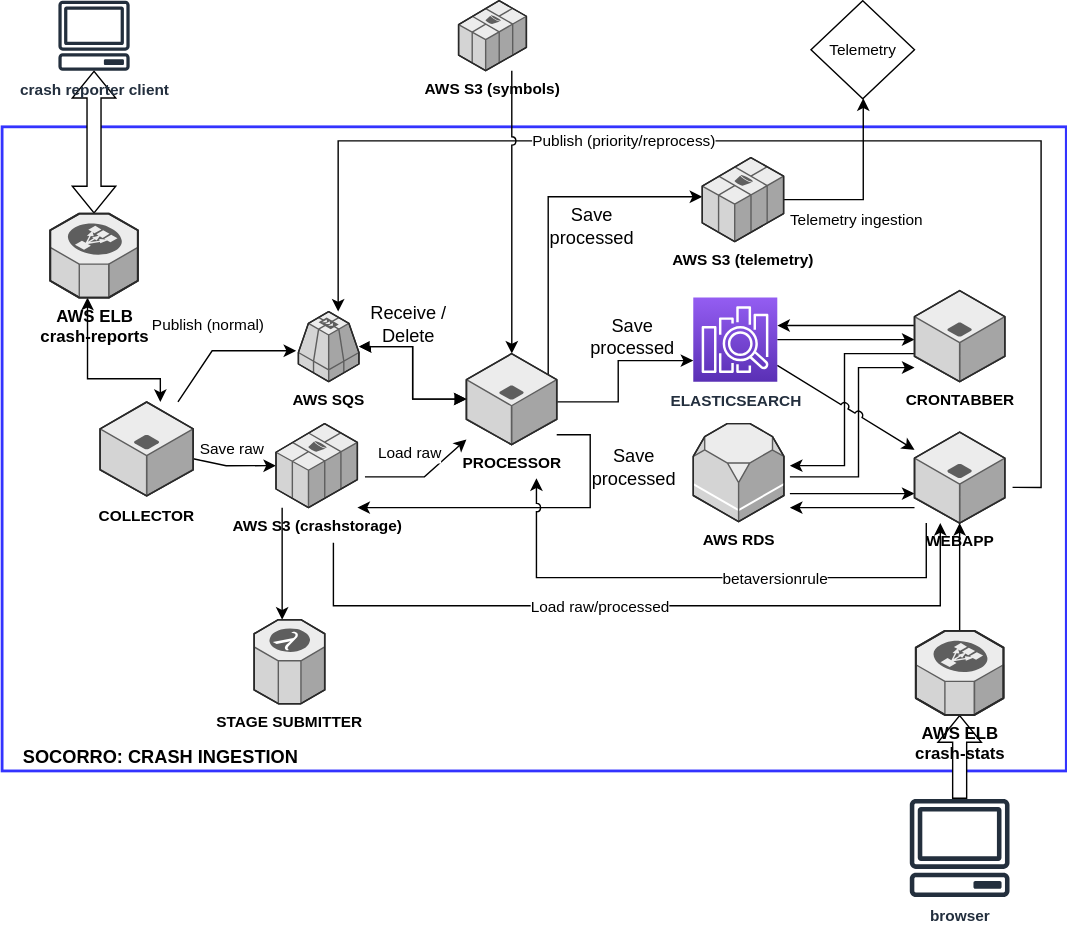
Before: docs/drawio/socorro_architecture.drawio.svg, a diagram exported from draw.io (mozilla-services/socorro). Source tidied: cells renumbered, new cells last; positions are measured from the earlier drawing's top-left corner, leaving out a move shared by most shapes.
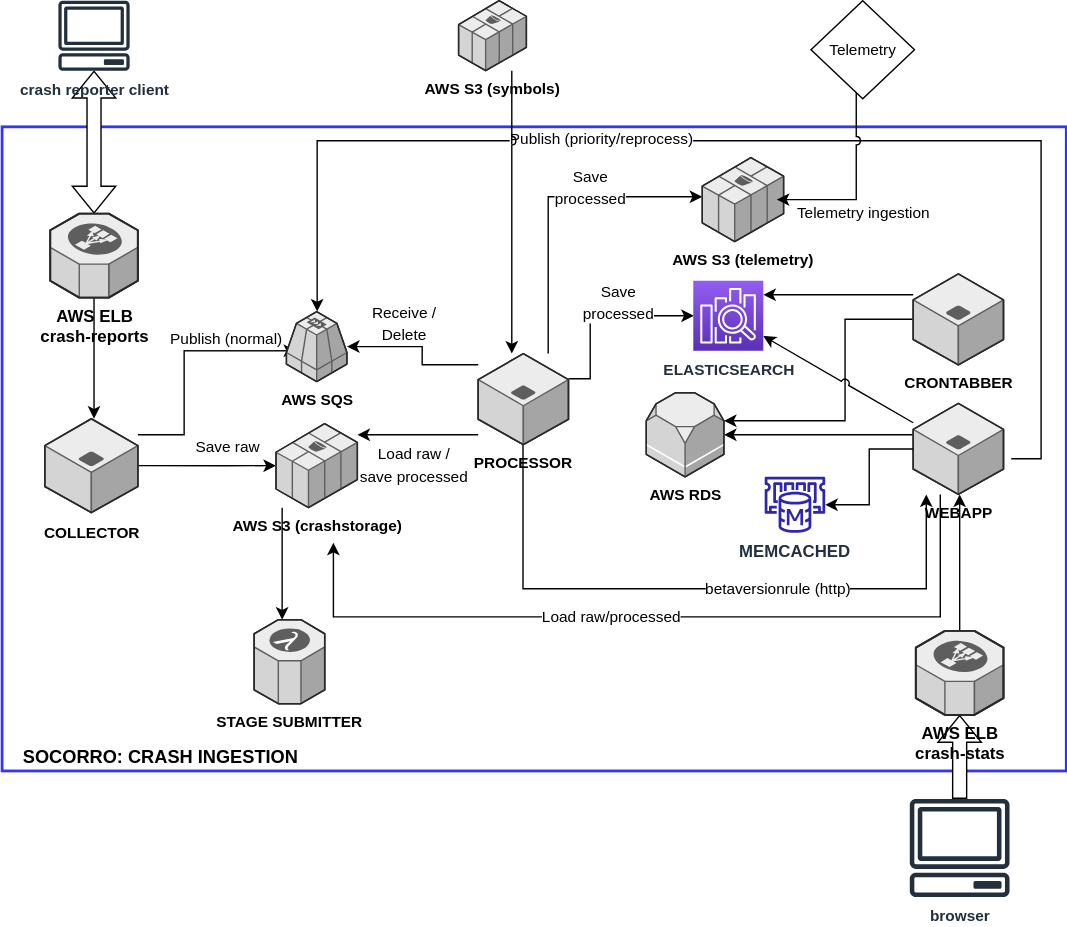
After the commit.

Commit message:
Update architecture diagram

The edit, as a diff of the source:
```diff
@@ -10,3 +10,3 @@
     </mxCell>
-    <mxCell id="4" style="endArrow=classic;html=1;rounded=0;fontSize=15;" parent="1" edge="1" source="36">
+    <mxCell id="4" style="endArrow=classic;html=1;rounded=0;fontSize=15;jumpStyle=arc;edgeStyle=orthogonalEdgeStyle;" parent="1" edge="1" source="36">
       <mxGeometry relative="1" as="geometry">
@@ -14,3 +14,4 @@
         <Array as="points">
-          <mxPoint x="150" y="250" />
+          <mxPoint x="130" y="310" />
+          <mxPoint x="130" y="250" />
         </Array>
@@ -20,6 +21,6 @@
       <mxGeometry x="-0.16" y="2" relative="1" as="geometry">
-        <mxPoint x="-4" y="-19" as="offset" />
+        <mxPoint x="32" y="-31" as="offset" />
       </mxGeometry>
     </mxCell>
-    <mxCell id="6" style="edgeStyle=orthogonalEdgeStyle;rounded=0;jettySize=auto;html=1;fontSize=11;" parent="1" edge="1" target="44">
+    <mxCell id="6" style="edgeStyle=orthogonalEdgeStyle;rounded=0;jettySize=auto;html=1;fontSize=11;startArrow=classic;startFill=1;endArrow=none;endFill=0;" parent="1" edge="1" target="44">
       <mxGeometry relative="1" as="geometry">
@@ -27,4 +28,4 @@
         <Array as="points">
-          <mxPoint x="237" y="432.1" />
-          <mxPoint x="670" y="432.1" />
+          <mxPoint x="237" y="440" />
+          <mxPoint x="670" y="440" />
         </Array>
@@ -44,8 +45,7 @@
       <mxGeometry x="-0.16" y="2" relative="1" as="geometry">
-        <mxPoint x="3" y="-13" as="offset" />
+        <mxPoint x="22" y="-13" as="offset" />
       </mxGeometry>
     </mxCell>
-    <mxCell id="10" style="edgeStyle=orthogonalEdgeStyle;rounded=0;jettySize=auto;html=1;fontSize=11;" parent="1" edge="1" target="48">
+    <mxCell id="10" style="edgeStyle=orthogonalEdgeStyle;rounded=0;jettySize=auto;html=1;fontSize=11;" parent="1" edge="1" source="38" target="48">
       <mxGeometry relative="1" as="geometry">
-        <mxPoint x="390" y="302" as="sourcePoint" />
         <Array as="points">
@@ -55,3 +55,3 @@
     </mxCell>
-    <mxCell id="11" value="Save&lt;br&gt;processed" style="edgeLabel;html=1;align=center;verticalAlign=middle;fontSize=13;" parent="10" vertex="1">
+    <mxCell id="11" value="&lt;font style=&quot;font-size: 11px&quot;&gt;Save&lt;br&gt;processed&lt;/font&gt;" style="edgeLabel;html=1;align=center;verticalAlign=middle;fontSize=13;" parent="10" vertex="1">
       <mxGeometry x="-0.11" y="-3" relative="1" as="geometry">
@@ -60,8 +60,9 @@
     </mxCell>
-    <mxCell id="12" style="edgeStyle=orthogonalEdgeStyle;rounded=0;jettySize=auto;html=1;entryX=0;entryY=0.75;entryDx=0;entryDy=0;fontSize=11;entryPerimeter=0;" parent="1" edge="1" target="39">
+    <mxCell id="12" style="edgeStyle=orthogonalEdgeStyle;rounded=0;jettySize=auto;html=1;fontSize=11;" parent="1" edge="1" source="38">
       <mxGeometry relative="1" as="geometry">
-        <mxPoint x="393.6" y="286.5" as="sourcePoint" />
+        <mxPoint x="494" y="225" as="targetPoint" />
         <Array as="points">
-          <mxPoint x="440" y="287" />
-          <mxPoint x="440" y="257" />
+          <mxPoint x="420" y="270" />
+          <mxPoint x="420" y="225" />
+          <mxPoint x="494" y="225" />
         </Array>
@@ -69,5 +70,5 @@
     </mxCell>
-    <mxCell id="13" value="Save&lt;br&gt;processed" style="edgeLabel;html=1;align=center;verticalAlign=middle;fontSize=13;" parent="12" vertex="1">
+    <mxCell id="13" value="&lt;font style=&quot;font-size: 11px&quot;&gt;Save&lt;br&gt;processed&lt;/font&gt;" style="edgeLabel;html=1;align=center;verticalAlign=middle;fontSize=13;" parent="12" vertex="1">
       <mxGeometry x="-0.31" y="-1" relative="1" as="geometry">
-        <mxPoint x="11" y="-48" as="offset" />
+        <mxPoint x="19" y="-24" as="offset" />
       </mxGeometry>
@@ -77,4 +78,4 @@
         <Array as="points">
-          <mxPoint x="420" y="310" />
-          <mxPoint x="420" y="362" />
+          <mxPoint x="290" y="310" />
+          <mxPoint x="290" y="310" />
         </Array>
@@ -82,59 +83,7 @@
     </mxCell>
-    <mxCell id="15" value="Save&lt;br&gt;processed" style="edgeLabel;html=1;align=center;verticalAlign=middle;fontSize=13;" parent="14" vertex="1">
+    <mxCell id="15" value="&lt;span style=&quot;font-size: 11px&quot;&gt;Load raw /&lt;br&gt;save processed&lt;br&gt;&lt;/span&gt;" style="edgeLabel;html=1;align=center;verticalAlign=middle;fontSize=13;" parent="14" vertex="1">
       <mxGeometry x="-0.41" y="1" relative="1" as="geometry">
-        <mxPoint x="29" y="-25" as="offset" />
+        <mxPoint x="-21" y="20" as="offset" />
       </mxGeometry>
     </mxCell>
-    <mxCell id="16" style="endArrow=classic;html=1;rounded=0;fontSize=15;" parent="1" edge="1" target="38">
-      <mxGeometry relative="1" as="geometry">
-        <mxPoint x="259.1" y="340" as="sourcePoint" />
-        <Array as="points">
-          <mxPoint x="301.6" y="340" />
-        </Array>
-      </mxGeometry>
-    </mxCell>
-    <mxCell id="17" value="&lt;font style=&quot;font-size: 11px&quot;&gt;Load raw&lt;/font&gt;" style="edgeLabel;html=1;align=center;verticalAlign=middle;fontSize=15;" parent="16" vertex="1">
-      <mxGeometry x="-0.16" y="2" relative="1" as="geometry">
-        <mxPoint x="-4" y="-18" as="offset" />
-      </mxGeometry>
-    </mxCell>
-    <mxCell id="18" style="edgeStyle=orthogonalEdgeStyle;rounded=0;jettySize=auto;html=1;fontSize=11;" parent="1" edge="1" target="23">
-      <mxGeometry relative="1" as="geometry">
-        <mxPoint x="553.2" y="142" as="sourcePoint" />
-        <Array as="points">
-          <mxPoint x="615" y="142" />
-        </Array>
-      </mxGeometry>
-    </mxCell>
-    <mxCell id="19" value="Telemetry ingestion" style="edgeLabel;html=1;align=center;verticalAlign=middle;fontSize=11;" parent="18" vertex="1">
-      <mxGeometry x="-0.71" y="-2" relative="1" as="geometry">
-        <mxPoint x="37" y="12" as="offset" />
-      </mxGeometry>
-    </mxCell>
-    <mxCell id="20" style="edgeStyle=orthogonalEdgeStyle;rounded=0;jettySize=auto;html=1;fontSize=11;" parent="1" edge="1" target="43">
-      <mxGeometry relative="1" as="geometry">
-        <mxPoint x="562.6" y="340" as="sourcePoint" />
-        <Array as="points">
-          <mxPoint x="611.6" y="340" />
-          <mxPoint x="611.6" y="262" />
-        </Array>
-      </mxGeometry>
-    </mxCell>
-    <mxCell id="21" style="edgeStyle=orthogonalEdgeStyle;rounded=0;jettySize=auto;html=1;fontSize=11;" parent="1" edge="1" target="44">
-      <mxGeometry relative="1" as="geometry">
-        <mxPoint x="562.6" y="352" as="sourcePoint" />
-        <Array as="points">
-          <mxPoint x="601.6" y="352" />
-          <mxPoint x="601.6" y="352" />
-        </Array>
-      </mxGeometry>
-    </mxCell>
-    <mxCell id="22" style="edgeStyle=orthogonalEdgeStyle;rounded=0;jettySize=auto;html=1;fontSize=11;" parent="1" edge="1" source="39" target="43">
-      <mxGeometry relative="1" as="geometry">
-        <Array as="points">
-          <mxPoint x="621.6" y="242" />
-          <mxPoint x="621.6" y="242" />
-        </Array>
-      </mxGeometry>
-    </mxCell>
     <mxCell id="23" value="Telemetry" style="rhombus;whiteSpace=wrap;html=1;fontSize=11;fillColor=none;" parent="1" vertex="1">
@@ -145,4 +94,4 @@
         <Array as="points">
-          <mxPoint x="621.6" y="232" />
-          <mxPoint x="621.6" y="232" />
+          <mxPoint x="610" y="210" />
+          <mxPoint x="610" y="210" />
         </Array>
@@ -150,8 +99,7 @@
     </mxCell>
-    <mxCell id="25" style="edgeStyle=orthogonalEdgeStyle;rounded=0;jettySize=auto;html=1;fontSize=11;" parent="1" edge="1" source="43">
+    <mxCell id="25" style="edgeStyle=orthogonalEdgeStyle;rounded=0;jettySize=auto;html=1;fontSize=11;" parent="1" edge="1" source="43" target="46">
       <mxGeometry relative="1" as="geometry">
-        <mxPoint x="562.6" y="332" as="targetPoint" />
         <Array as="points">
-          <mxPoint x="601.6" y="252" />
-          <mxPoint x="601.6" y="332" />
+          <mxPoint x="602" y="228" />
+          <mxPoint x="602" y="300" />
         </Array>
@@ -159,8 +107,7 @@
     </mxCell>
-    <mxCell id="26" style="edgeStyle=orthogonalEdgeStyle;rounded=0;jettySize=auto;html=1;fontSize=11;" parent="1" edge="1" source="44">
+    <mxCell id="26" style="edgeStyle=orthogonalEdgeStyle;rounded=0;jettySize=auto;html=1;fontSize=11;" parent="1" edge="1" source="44" target="46">
       <mxGeometry relative="1" as="geometry">
-        <mxPoint x="562.6" y="362" as="targetPoint" />
         <Array as="points">
-          <mxPoint x="621.6" y="362" />
-          <mxPoint x="621.6" y="362" />
+          <mxPoint x="580" y="310" />
+          <mxPoint x="580" y="310" />
         </Array>
@@ -168,8 +115,7 @@
     </mxCell>
-    <mxCell id="27" style="edgeStyle=orthogonalEdgeStyle;rounded=0;jettySize=auto;html=1;fontSize=11;jumpStyle=arc;" parent="1" edge="1" source="44">
+    <mxCell id="27" style="edgeStyle=orthogonalEdgeStyle;rounded=0;jettySize=auto;html=1;fontSize=11;jumpStyle=arc;startArrow=classic;startFill=1;endArrow=none;endFill=0;" parent="1" edge="1" source="44" target="38">
       <mxGeometry relative="1" as="geometry">
-        <mxPoint x="381.6" y="341" as="targetPoint" />
         <Array as="points">
-          <mxPoint x="660" y="412" />
-          <mxPoint x="382" y="412" />
+          <mxPoint x="660" y="420" />
+          <mxPoint x="372" y="420" />
         </Array>
@@ -177,3 +123,3 @@
     </mxCell>
-    <mxCell id="28" value="betaversionrule" style="edgeLabel;html=1;align=center;verticalAlign=middle;fontSize=11;" parent="27" vertex="1">
+    <mxCell id="28" value="betaversionrule (http)" style="edgeLabel;html=1;align=center;verticalAlign=middle;fontSize=11;" parent="27" vertex="1">
       <mxGeometry x="-0.24" relative="1" as="geometry" />
@@ -183,5 +129,5 @@
         <Array as="points">
-          <mxPoint x="742" y="348.1" />
-          <mxPoint x="742" y="100.1" />
-          <mxPoint x="240" y="100.1" />
+          <mxPoint x="742" y="327" />
+          <mxPoint x="742" y="100" />
+          <mxPoint x="225" y="100" />
         </Array>
@@ -192,3 +138,3 @@
     </mxCell>
-    <mxCell id="31" style="endArrow=classic;html=1;rounded=0;fontSize=11;jumpStyle=arc;" parent="1" edge="1" source="39" target="44">
+    <mxCell id="31" style="endArrow=none;html=1;rounded=0;fontSize=11;jumpStyle=arc;startArrow=classic;startFill=1;endFill=0;" parent="1" edge="1" source="39" target="44">
       <mxGeometry relative="1" as="geometry" />
@@ -206,7 +152,7 @@
     </mxCell>
-    <mxCell id="34" style="edgeStyle=orthogonalEdgeStyle;rounded=0;jumpStyle=arc;jettySize=auto;html=1;fontSize=11;startArrow=classic;startFill=1;" parent="1" edge="1" source="35" target="36">
+    <mxCell id="34" style="edgeStyle=orthogonalEdgeStyle;rounded=0;jumpStyle=arc;jettySize=auto;html=1;fontSize=11;startArrow=none;startFill=0;endArrow=classic;endFill=1;" parent="1" edge="1" source="35" target="36">
       <mxGeometry relative="1" as="geometry">
         <Array as="points">
-          <mxPoint x="61" y="270" />
-          <mxPoint x="113" y="270" />
+          <mxPoint x="61" y="300" />
+          <mxPoint x="61" y="300" />
         </Array>
@@ -218,19 +164,21 @@
     <mxCell id="36" value="&lt;b&gt;&lt;font style=&quot;font-size: 11px&quot;&gt;COLLECTOR&lt;/font&gt;&lt;/b&gt;" style="verticalLabelPosition=bottom;html=1;verticalAlign=top;strokeWidth=1;align=center;outlineConnect=0;dashed=0;outlineConnect=0;shape=mxgraph.aws3d.application_server;fillColor=#ECECEC;strokeColor=#5E5E5E;" parent="1" vertex="1">
-      <mxGeometry x="70" y="286.6" width="66.5" height="67" as="geometry" />
+      <mxGeometry x="30.5" y="298.5" width="66.5" height="67" as="geometry" />
     </mxCell>
-    <mxCell id="37" style="edgeStyle=orthogonalEdgeStyle;rounded=0;jumpStyle=arc;jettySize=auto;html=1;fontSize=13;startArrow=block;startFill=1;fillColor=default;" parent="1" edge="1" source="38" target="42">
-      <mxGeometry relative="1" as="geometry" />
-    </mxCell>
     <mxCell id="38" value="&lt;b&gt;PROCESSOR&lt;/b&gt;" style="verticalLabelPosition=bottom;html=1;verticalAlign=top;strokeWidth=1;align=center;outlineConnect=0;dashed=0;outlineConnect=0;shape=mxgraph.aws3d.application_server;fillColor=#ECECEC;strokeColor=#5E5E5E;fontSize=11;" parent="1" vertex="1">
-      <mxGeometry x="331.6" y="252" width="64.5" height="65" as="geometry" />
+      <mxGeometry x="340" y="252" width="64.5" height="65" as="geometry" />
     </mxCell>
     <mxCell id="39" value="&lt;b&gt;&lt;font style=&quot;font-size: 11px&quot;&gt;ELASTICSEARCH&lt;/font&gt;&lt;/b&gt;" style="sketch=0;points=[[0,0,0],[0.25,0,0],[0.5,0,0],[0.75,0,0],[1,0,0],[0,1,0],[0.25,1,0],[0.5,1,0],[0.75,1,0],[1,1,0],[0,0.25,0],[0,0.5,0],[0,0.75,0],[1,0.25,0],[1,0.5,0],[1,0.75,0]];outlineConnect=0;fontColor=#232F3E;gradientColor=#945DF2;gradientDirection=north;fillColor=#5A30B5;strokeColor=#ffffff;dashed=0;verticalLabelPosition=bottom;verticalAlign=top;align=center;html=1;fontSize=12;fontStyle=0;shape=mxgraph.aws4.resourceIcon;resIcon=mxgraph.aws4.elasticsearch_service;" parent="1" vertex="1">
-      <mxGeometry x="493.6" y="212" width="60" height="60" as="geometry" />
+      <mxGeometry x="493.6" y="200" width="50" height="50" as="geometry" />
     </mxCell>
-    <mxCell id="40" style="edgeStyle=orthogonalEdgeStyle;rounded=0;jumpStyle=arc;jettySize=auto;html=1;fontSize=13;startArrow=block;startFill=1;fillColor=default;" parent="1" edge="1" source="42" target="38">
-      <mxGeometry relative="1" as="geometry" />
+    <mxCell id="40" style="edgeStyle=orthogonalEdgeStyle;rounded=0;jumpStyle=arc;jettySize=auto;html=1;fontSize=13;startArrow=classic;startFill=1;fillColor=default;endArrow=none;endFill=0;" parent="1" edge="1" source="42" target="38">
+      <mxGeometry relative="1" as="geometry">
+        <Array as="points">
+          <mxPoint x="300" y="247" />
+          <mxPoint x="300" y="260" />
+        </Array>
+      </mxGeometry>
     </mxCell>
-    <mxCell id="41" value="Receive /&lt;br&gt;Delete" style="edgeLabel;html=1;align=center;verticalAlign=middle;fontSize=13;" parent="40" vertex="1">
+    <mxCell id="41" value="&lt;font style=&quot;font-size: 11px&quot;&gt;Receive /&lt;br&gt;Delete&lt;/font&gt;" style="edgeLabel;html=1;align=center;verticalAlign=middle;fontSize=13;" parent="40" vertex="1">
       <mxGeometry x="-0.38" y="-2" relative="1" as="geometry">
-        <mxPoint y="-19" as="offset" />
+        <mxPoint x="8" y="-19" as="offset" />
       </mxGeometry>
@@ -238,9 +186,9 @@
     <mxCell id="42" value="&lt;b&gt;AWS SQS&lt;/b&gt;" style="verticalLabelPosition=bottom;html=1;verticalAlign=top;strokeWidth=1;align=center;outlineConnect=0;dashed=0;outlineConnect=0;shape=mxgraph.aws3d.sqs;fillColor=#ECECEC;strokeColor=#5E5E5E;fontSize=11;" parent="1" vertex="1">
-      <mxGeometry x="211.6" y="222" width="43.2" height="50" as="geometry" />
+      <mxGeometry x="203" y="222" width="43.2" height="50" as="geometry" />
     </mxCell>
     <mxCell id="43" value="&lt;b&gt;CRONTABBER&lt;/b&gt;" style="verticalLabelPosition=bottom;html=1;verticalAlign=top;strokeWidth=1;align=center;outlineConnect=0;dashed=0;outlineConnect=0;shape=mxgraph.aws3d.application_server;fillColor=#ECECEC;strokeColor=#5E5E5E;fontSize=11;" parent="1" vertex="1">
-      <mxGeometry x="651.6" y="207" width="64.5" height="65" as="geometry" />
+      <mxGeometry x="650.7" y="195" width="64.5" height="65" as="geometry" />
     </mxCell>
-    <mxCell id="44" value="&lt;b&gt;WEBAPP&lt;br&gt;&lt;/b&gt;" style="verticalLabelPosition=bottom;html=1;verticalAlign=top;strokeWidth=1;align=center;outlineConnect=0;dashed=0;outlineConnect=0;shape=mxgraph.aws3d.application_server;fillColor=#ECECEC;strokeColor=#5E5E5E;fontSize=11;" parent="1" vertex="1">
-      <mxGeometry x="651.6" y="308" width="64.5" height="65" as="geometry" />
+    <mxCell id="44" value="&lt;b&gt;WEBAPP&lt;br&gt;&lt;/b&gt;" style="verticalLabelPosition=bottom;html=1;verticalAlign=top;strokeWidth=1;align=center;outlineConnect=0;dashed=0;outlineConnect=0;shape=mxgraph.aws3d.application_server;fillColor=#ECECEC;strokeColor=#5E5E5E;fontSize=11;horizontal=1;" parent="1" vertex="1">
+      <mxGeometry x="650.7" y="287.6" width="64.5" height="65" as="geometry" />
     </mxCell>
@@ -250,7 +198,4 @@
     <mxCell id="46" value="&lt;b&gt;AWS RDS&lt;/b&gt;" style="verticalLabelPosition=bottom;html=1;verticalAlign=top;strokeWidth=1;align=center;outlineConnect=0;dashed=0;outlineConnect=0;shape=mxgraph.aws3d.rds;fillColor=#ECECEC;strokeColor=#5E5E5E;fontSize=11;" parent="1" vertex="1">
-      <mxGeometry x="493.6" y="302" width="64.7" height="70" as="geometry" />
+      <mxGeometry x="460" y="280" width="55.5" height="60" as="geometry" />
     </mxCell>
-    <mxCell id="47" value="&lt;b&gt;AWS S3 (crashstorage)&lt;br&gt;&lt;/b&gt;" style="verticalLabelPosition=bottom;html=1;verticalAlign=top;strokeWidth=1;align=center;outlineConnect=0;dashed=0;outlineConnect=0;shape=mxgraph.aws3d.s3;fillColor=#ECECEC;strokeColor=#5E5E5E;fontSize=11;" parent="1" vertex="1">
-      <mxGeometry x="195.6" y="302" width="58.1" height="60" as="geometry" />
-    </mxCell>
     <mxCell id="48" value="&lt;b&gt;AWS S3 (telemetry)&lt;/b&gt;" style="verticalLabelPosition=bottom;html=1;verticalAlign=top;strokeWidth=1;align=center;outlineConnect=0;dashed=0;outlineConnect=0;shape=mxgraph.aws3d.s3;fillColor=#ECECEC;strokeColor=#5E5E5E;fontSize=11;" parent="1" vertex="1">
@@ -289,2 +234,24 @@
     </mxCell>
+    <mxCell id="47" value="&lt;b&gt;AWS S3 (crashstorage)&lt;br&gt;&lt;/b&gt;" style="verticalLabelPosition=bottom;html=1;verticalAlign=top;strokeWidth=1;align=center;outlineConnect=0;dashed=0;outlineConnect=0;shape=mxgraph.aws3d.s3;fillColor=#ECECEC;strokeColor=#5E5E5E;fontSize=11;" parent="1" vertex="1">
+      <mxGeometry x="195.6" y="302" width="58.1" height="60" as="geometry" />
+    </mxCell>
+    <mxCell id="18" style="edgeStyle=orthogonalEdgeStyle;rounded=0;jettySize=auto;html=1;fontSize=11;startArrow=classic;startFill=1;endArrow=none;endFill=0;jumpStyle=arc;" parent="1" edge="1" target="23">
+      <mxGeometry relative="1" as="geometry">
+        <mxPoint x="553.2" y="142" as="sourcePoint" />
+        <Array as="points">
+          <mxPoint x="610" y="142" />
+        </Array>
+      </mxGeometry>
+    </mxCell>
+    <mxCell id="19" value="Telemetry ingestion" style="edgeLabel;html=1;align=center;verticalAlign=middle;fontSize=11;" parent="18" vertex="1">
+      <mxGeometry x="-0.71" y="-2" relative="1" as="geometry">
+        <mxPoint x="42" y="8" as="offset" />
+      </mxGeometry>
+    </mxCell>
+    <mxCell id="56" value="&lt;b&gt;MEMCACHED&lt;/b&gt;" style="sketch=0;outlineConnect=0;fontColor=#232F3E;gradientColor=none;fillColor=#2E27AD;strokeColor=none;dashed=0;verticalLabelPosition=bottom;verticalAlign=top;align=center;html=1;fontSize=12;fontStyle=0;shape=mxgraph.aws4.elasticache_for_memcached;" parent="1" vertex="1">
+      <mxGeometry x="543.6" y="340" width="45.2" height="40" as="geometry" />
+    </mxCell>
+    <mxCell id="57" style="endArrow=classic;html=1;rounded=0;fontSize=11;jumpStyle=arc;edgeStyle=orthogonalEdgeStyle;" parent="1" edge="1" source="44" target="56">
+      <mxGeometry relative="1" as="geometry" />
+    </mxCell>
   </root>
```
